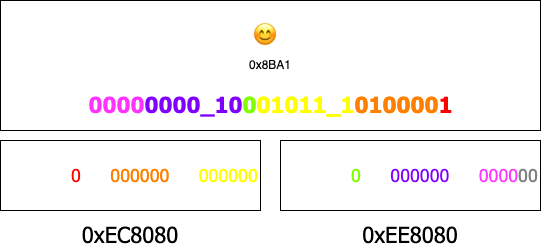
Above: encode.png in Lydanne/utf8mb3 (draw.io), before the change. Source tidied: cells renumbered, new cells last; positions are measured from the earlier drawing's top-left corner, leaving out a move shared by most shapes.
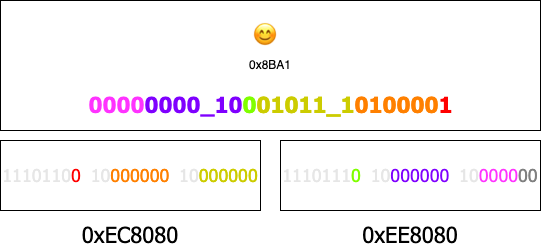
Above is the later version.

Diff of the diagram source:
```diff
@@ -14,7 +14,7 @@
     <mxCell id="5" value="0x8BA1" style="text;html=1;strokeColor=none;fillColor=none;align=center;verticalAlign=middle;whiteSpace=wrap;rounded=0;" parent="3" vertex="1">
       <mxGeometry x="195" y="50" width="150" height="30" as="geometry" />
     </mxCell>
-    <mxCell id="6" value="&lt;font color=&quot;#ff33ff&quot;&gt;0000&lt;/font&gt;&lt;font color=&quot;#7f00ff&quot;&gt;0000_10&lt;/font&gt;&lt;font color=&quot;#80ff00&quot;&gt;0&lt;/font&gt;&lt;font color=&quot;#ffff00&quot;&gt;01011_1&lt;/font&gt;&lt;font color=&quot;#ff8000&quot;&gt;010000&lt;/font&gt;&lt;font color=&quot;#ff0000&quot;&gt;1&lt;/font&gt;" style="text;html=1;strokeColor=none;fillColor=none;align=center;verticalAlign=middle;whiteSpace=wrap;rounded=0;fontSize=22;fontStyle=1;fontFamily=Tahoma;" parent="3" vertex="1">
+    <mxCell id="6" value="&lt;font color=&quot;#ff33ff&quot;&gt;0000&lt;/font&gt;&lt;font color=&quot;#7f00ff&quot;&gt;0000_10&lt;/font&gt;&lt;font color=&quot;#80ff00&quot;&gt;0&lt;/font&gt;&lt;font color=&quot;#cccc00&quot;&gt;01011_1&lt;/font&gt;&lt;font color=&quot;#ff8000&quot;&gt;010000&lt;/font&gt;&lt;font color=&quot;#ff0000&quot;&gt;1&lt;/font&gt;" style="text;html=1;strokeColor=none;fillColor=none;align=center;verticalAlign=middle;whiteSpace=wrap;rounded=0;fontSize=22;fontStyle=1;fontFamily=Tahoma;" parent="3" vertex="1">
       <mxGeometry x="27.5" y="90" width="485" height="30" as="geometry" />
     </mxCell>
     <mxCell id="7" value="😊" style="text;html=1;strokeColor=none;fillColor=none;align=center;verticalAlign=middle;whiteSpace=wrap;rounded=0;fontSize=24;" parent="3" vertex="1">
@@ -26,13 +26,13 @@
     <mxCell id="9" value="0xEE8080" style="text;html=1;strokeColor=none;fillColor=none;align=center;verticalAlign=middle;whiteSpace=wrap;rounded=0;fontFamily=Tahoma;fontSize=22;" parent="1" vertex="1">
       <mxGeometry x="355" y="220" width="110" height="30" as="geometry" />
     </mxCell>
-    <mxCell id="10" value="&lt;font color=&quot;#ffffff&quot;&gt;1110110&lt;/font&gt;&lt;font color=&quot;#ff0000&quot;&gt;0&lt;/font&gt;&lt;font color=&quot;#ffffff&quot;&gt;_10&lt;/font&gt;&lt;font color=&quot;#ff8000&quot;&gt;000000&lt;/font&gt;&lt;font color=&quot;#ffffff&quot;&gt;_10&lt;/font&gt;&lt;font color=&quot;#ffff00&quot;&gt;000000&lt;/font&gt;" style="text;html=1;strokeColor=none;fillColor=none;align=center;verticalAlign=middle;whiteSpace=wrap;rounded=0;fontFamily=Tahoma;fontSize=18;" parent="1" vertex="1">
+    <mxCell id="10" value="&lt;font color=&quot;#e6e6e6&quot;&gt;1110110&lt;/font&gt;&lt;font color=&quot;#ff0000&quot;&gt;0&lt;/font&gt;&lt;font color=&quot;#ffffff&quot;&gt;_&lt;/font&gt;&lt;font color=&quot;#e6e6e6&quot;&gt;10&lt;/font&gt;&lt;font color=&quot;#ff8000&quot;&gt;000000&lt;/font&gt;&lt;font color=&quot;#ffffff&quot;&gt;_&lt;/font&gt;&lt;font color=&quot;#e6e6e6&quot;&gt;10&lt;/font&gt;&lt;font color=&quot;#cccc00&quot;&gt;000000&lt;/font&gt;" style="text;html=1;strokeColor=none;fillColor=none;align=center;verticalAlign=middle;whiteSpace=wrap;rounded=0;fontFamily=Tahoma;fontSize=18;" parent="1" vertex="1">
       <mxGeometry x="10" y="160" width="240" height="30" as="geometry" />
     </mxCell>
     <mxCell id="11" style="rounded=0;whiteSpace=wrap;html=1;fontFamily=Tahoma;fontSize=22;" parent="1" vertex="1">
       <mxGeometry x="280" y="140" width="260" height="70" as="geometry" />
     </mxCell>
-    <mxCell id="12" value="&lt;font color=&quot;#ffffff&quot;&gt;1110111&lt;/font&gt;&lt;font color=&quot;#80ff00&quot;&gt;0&lt;/font&gt;&lt;font color=&quot;#ffffff&quot;&gt;_10&lt;/font&gt;&lt;font color=&quot;#7f00ff&quot;&gt;000000&lt;/font&gt;&lt;font color=&quot;#ffffff&quot;&gt;_10&lt;/font&gt;&lt;font color=&quot;#ff33ff&quot;&gt;0000&lt;/font&gt;&lt;font color=&quot;#808080&quot;&gt;00&lt;/font&gt;" style="text;html=1;strokeColor=none;fillColor=none;align=center;verticalAlign=middle;whiteSpace=wrap;rounded=0;fontFamily=Tahoma;fontSize=18;" parent="1" vertex="1">
+    <mxCell id="12" value="&lt;font color=&quot;#e6e6e6&quot;&gt;1110111&lt;/font&gt;&lt;font color=&quot;#80ff00&quot;&gt;0&lt;/font&gt;&lt;font color=&quot;#ffffff&quot;&gt;_&lt;/font&gt;&lt;font color=&quot;#e6e6e6&quot;&gt;10&lt;/font&gt;&lt;font color=&quot;#7f00ff&quot;&gt;000000&lt;/font&gt;&lt;font color=&quot;#ffffff&quot;&gt;_&lt;/font&gt;&lt;font color=&quot;#e6e6e6&quot;&gt;10&lt;/font&gt;&lt;font color=&quot;#ff33ff&quot;&gt;0000&lt;/font&gt;&lt;font color=&quot;#808080&quot;&gt;00&lt;/font&gt;" style="text;html=1;strokeColor=none;fillColor=none;align=center;verticalAlign=middle;whiteSpace=wrap;rounded=0;fontFamily=Tahoma;fontSize=18;" parent="1" vertex="1">
       <mxGeometry x="290" y="160" width="240" height="30" as="geometry" />
     </mxCell>
   </root>
```
